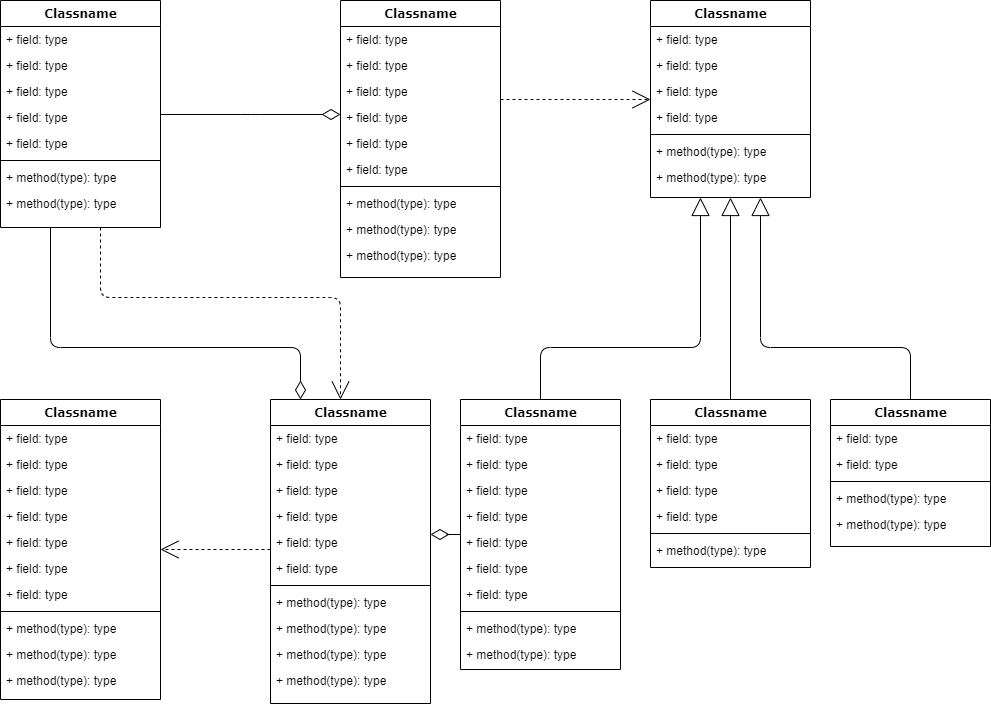
Before: SoftwarechartV01.png, a diagram exported from draw.io (OPEN-NEXT/wp3_pub). Source tidied: cells renumbered, new cells last; positions are measured from the earlier drawing's top-left corner, leaving out a move shared by most shapes.
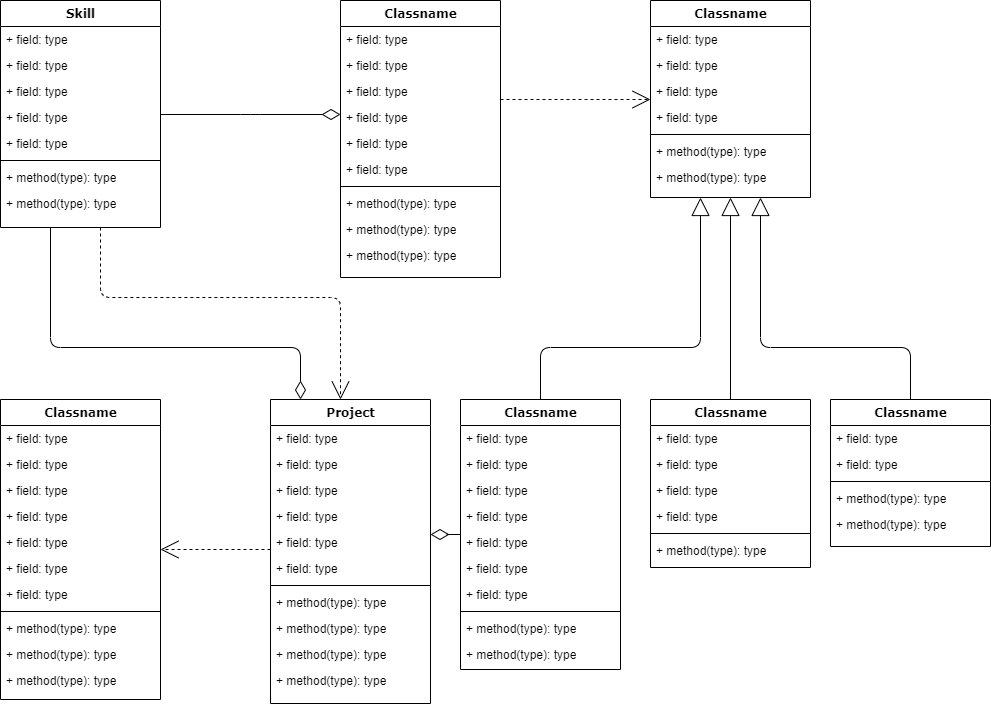
The same diagram one commit later.

The edit, as a diff of the source:
```diff
@@ -18,7 +18,7 @@
         </Array>
       </mxGeometry>
     </mxCell>
-    <mxCell id="4" value="Classname" style="swimlane;html=1;fontStyle=1;align=center;verticalAlign=top;horizontal=1;startSize=26;swimlaneFillColor=#ffffff;rounded=0;shadow=0;comic=0;labelBackgroundColor=none;strokeWidth=1;fillColor=none;fontFamily=Verdana;fontSize=12;" parent="1" vertex="1">
+    <mxCell id="4" value="Skill" style="swimlane;html=1;fontStyle=1;align=center;verticalAlign=top;horizontal=1;startSize=26;swimlaneFillColor=#ffffff;rounded=0;shadow=0;comic=0;labelBackgroundColor=none;strokeWidth=1;fillColor=none;fontFamily=Verdana;fontSize=12;" parent="1" vertex="1">
       <mxGeometry width="160" height="227" as="geometry" />
     </mxCell>
     <mxCell id="5" value="+ field: type" style="text;html=1;strokeColor=none;fillColor=none;align=left;verticalAlign=top;spacingLeft=4;spacingRight=4;whiteSpace=wrap;overflow=hidden;" parent="4" vertex="1">
@@ -147,7 +147,7 @@
     <mxCell id="46" style="edgeStyle=elbowEdgeStyle;html=1;labelBackgroundColor=none;startFill=0;startSize=8;endArrow=diamondThin;endFill=0;endSize=16;fontFamily=Verdana;fontSize=12;elbow=vertical;" parent="1" edge="1" source="60" target="47">
       <mxGeometry relative="1" as="geometry" />
     </mxCell>
-    <mxCell id="47" value="Classname" style="swimlane;html=1;fontStyle=1;align=center;verticalAlign=top;horizontal=1;startSize=26;swimlaneFillColor=#ffffff;rounded=0;shadow=0;comic=0;labelBackgroundColor=none;strokeWidth=1;fillColor=none;fontFamily=Verdana;fontSize=12;" parent="1" vertex="1">
+    <mxCell id="47" value="Project" style="swimlane;html=1;fontStyle=1;align=center;verticalAlign=top;horizontal=1;startSize=26;swimlaneFillColor=#ffffff;rounded=0;shadow=0;comic=0;labelBackgroundColor=none;strokeWidth=1;fillColor=none;fontFamily=Verdana;fontSize=12;" parent="1" vertex="1">
       <mxGeometry x="270" y="399" width="160" height="304" as="geometry" />
     </mxCell>
     <mxCell id="48" value="+ field: type" style="text;html=1;strokeColor=none;fillColor=none;align=left;verticalAlign=top;spacingLeft=4;spacingRight=4;whiteSpace=wrap;overflow=hidden;" parent="47" vertex="1">
```
